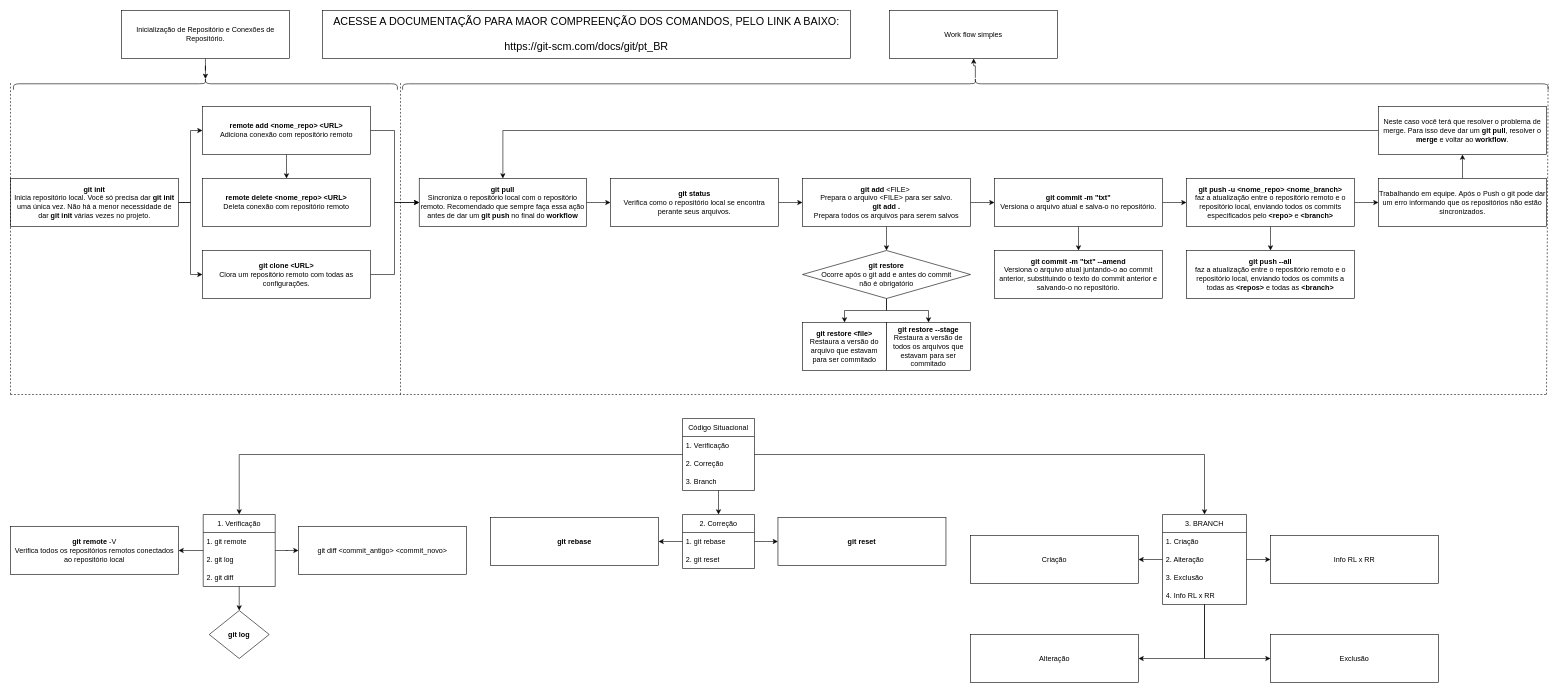
Above: Draw_Git/Funcionamento_Git.drawio in Gabrielnbr/Draw (draw.io), before the change. Source tidied: cells renumbered, new cells numbered last; positions are measured from the earlier drawing's top-left corner, leaving out a move shared by most shapes. Both pictures are drawn from the tidied source at 60%, with x=0, y=0 at pixel (10, -489).
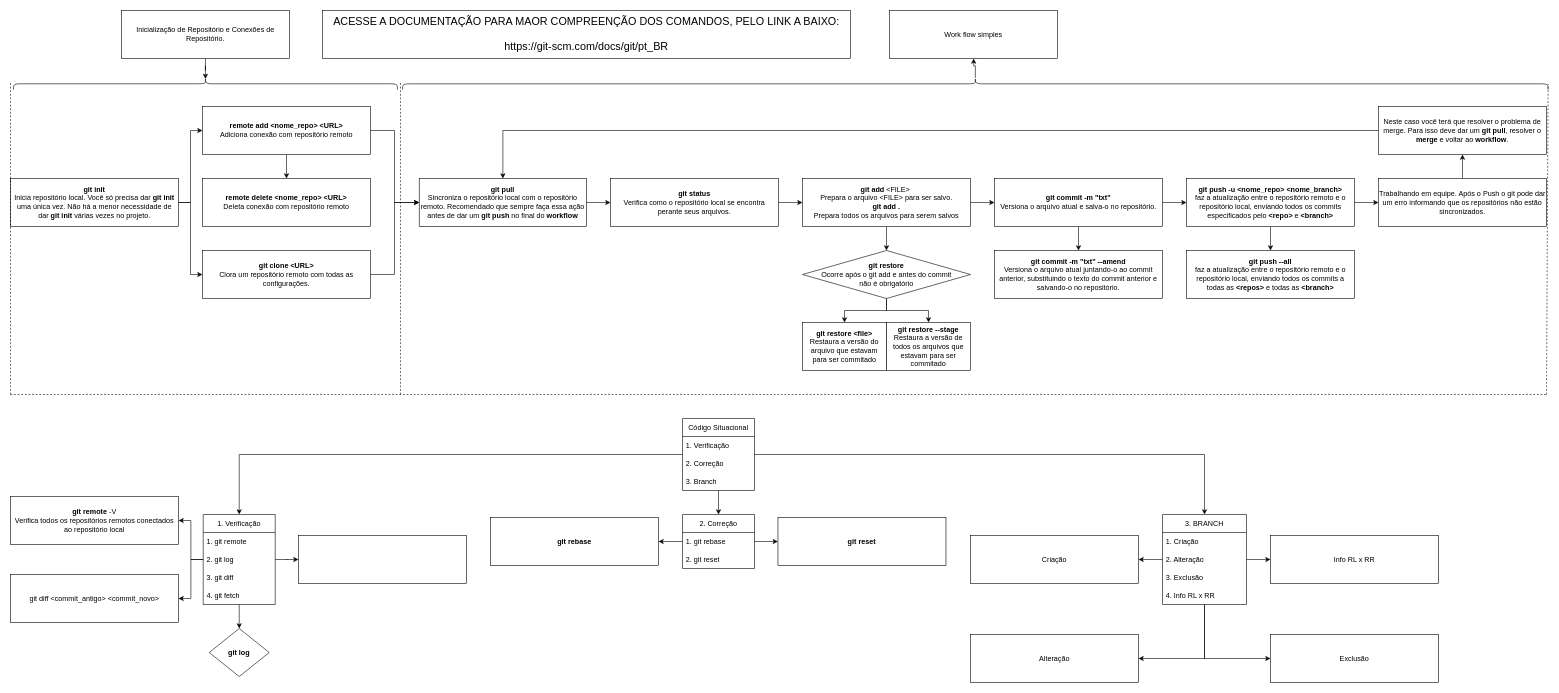
The same page after the edit.

Commit message:
Atualização da área de verificação

Change to the diagram source:
```diff
@@
+    <mxCell id="83" style="edgeStyle=orthogonalEdgeStyle;rounded=0;jettySize=auto;html=1;" parent="1" edge="1" source="59" target="85">
+      <mxGeometry relative="1" as="geometry" />
+    </mxCell>
     <mxCell id="59" value="1. Verificação" style="swimlane;fontStyle=0;horizontal=1;startSize=30;whiteSpace=wrap;html=1;labelBackgroundColor=none;" parent="1" vertex="1">
-      <mxGeometry x="321.2" y="1672" width="120" height="120" as="geometry" />
+      <mxGeometry x="321.2" y="1672" width="120" height="150" as="geometry" />
     </mxCell>
@@
-    <mxCell id="62" value="2. git diff" style="text;strokeColor=none;fillColor=none;align=left;verticalAlign=middle;spacingLeft=4;spacingRight=4;overflow=hidden;whiteSpace=wrap;html=1;labelBackgroundColor=none;" parent="59" vertex="1">
+    <mxCell id="62" value="3. git diff" style="text;strokeColor=none;fillColor=none;align=left;verticalAlign=middle;spacingLeft=4;spacingRight=4;overflow=hidden;whiteSpace=wrap;html=1;labelBackgroundColor=none;" parent="59" vertex="1">
       <mxGeometry y="90" width="120" height="30" as="geometry" />
     </mxCell>
+    <mxCell id="84" value="4. git fetch" style="text;strokeColor=none;fillColor=none;align=left;verticalAlign=middle;spacingLeft=4;spacingRight=4;overflow=hidden;whiteSpace=wrap;html=1;labelBackgroundColor=none;" parent="59" vertex="1">
+      <mxGeometry y="120" width="120" height="30" as="geometry" />
+    </mxCell>
@@
     <mxCell id="68" value="&lt;b style=&quot;border-color: var(--border-color);&quot;&gt;git remote&lt;/b&gt;&amp;nbsp;-V&lt;br style=&quot;border-color: var(--border-color);&quot;&gt;Verifica todos os repositórios remotos conectados ao repositório local" style="whiteSpace=wrap;html=1;fontStyle=0;startSize=30;labelBackgroundColor=none;" parent="1" vertex="1">
-      <mxGeometry y="1692" width="280" height="80" as="geometry" />
+      <mxGeometry y="1642" width="280" height="80" as="geometry" />
     </mxCell>
     <mxCell id="69" value="&lt;b&gt;git log&lt;/b&gt;" style="rhombus;whiteSpace=wrap;html=1;fontStyle=0;startSize=30;labelBackgroundColor=none;" parent="1" vertex="1">
-      <mxGeometry x="331.2" y="1832" width="100" height="80" as="geometry" />
+      <mxGeometry x="331.2" y="1862" width="100" height="80" as="geometry" />
     </mxCell>
     <mxCell id="70" value="git diff &amp;lt;commit_antigo&amp;gt; &amp;lt;commit_novo&amp;gt;" style="whiteSpace=wrap;html=1;fontStyle=0;startSize=30;labelBackgroundColor=none;" parent="1" vertex="1">
-      <mxGeometry x="480" y="1692" width="280" height="80" as="geometry" />
+      <mxGeometry y="1772" width="280" height="80" as="geometry" />
     </mxCell>
@@
+    <mxCell id="85" style="whiteSpace=wrap;html=1;fontStyle=0;startSize=30;labelBackgroundColor=none;" parent="1" vertex="1">
+      <mxGeometry x="480" y="1707" width="280" height="80" as="geometry" />
+    </mxCell>
```
